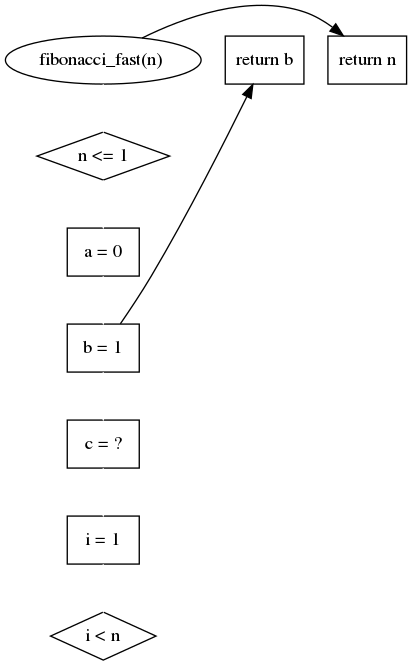
The Graphviz diagram ddg.gv.png in Olshanskaya/data_dependency_graph, before a commit. Its source is kept beside it as ddg.gv.
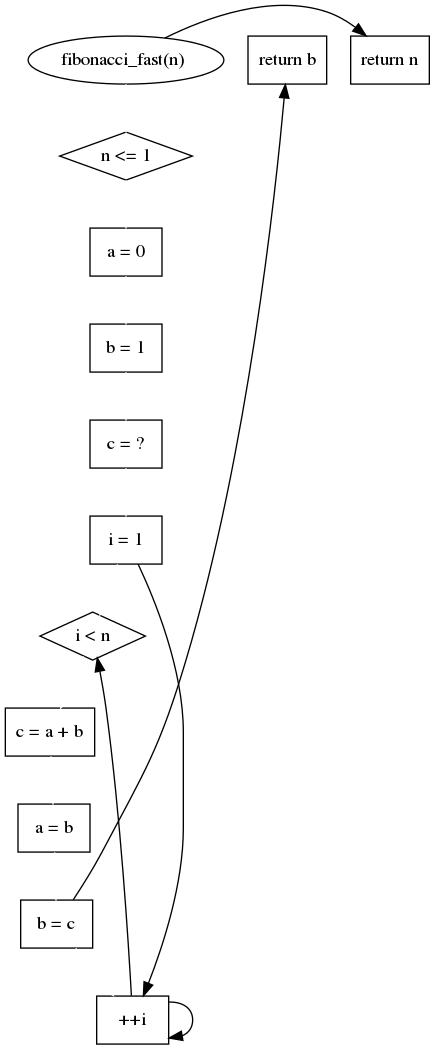
Above is the later version.

Change to the diagram source:
```diff
@@ -2,8 +2,8 @@
 	fun_decl [label="fibonacci_fast(n) "]
 	"n <= 1" [label="n <= 1" shape=diamond]
 	fun_decl -> "n <= 1" [color=white constraint=true]
-	return7 [label="return n" shape=box]
-	fun_decl -> return7 [color=black constraint=false]
+	return38 [label="return n" shape=box]
+	fun_decl -> return38 [color=black constraint=false]
 	a1 [label="a = 0" shape=box]
 	"n <= 1" -> a1 [color=white constraint=true]
 	b1 [label="b = 1" shape=box]
@@ -14,6 +14,17 @@
 	c1 -> i1 [color=white constraint=true]
 	"i < n" [label="i < n" shape=diamond]
 	i1 -> "i < n" [color=white constraint=true]
-	return69 [label="return b" shape=box]
-	b1 -> return69 [color=black constraint=false]
+	c11 [label="c = a + b" shape=box]
+	"i < n" -> c11 [color=white constraint=true]
+	a11 [label="a = b" shape=box]
+	c11 -> a11 [color=white constraint=true]
+	b11 [label="b = c" shape=box]
+	a11 -> b11 [color=white constraint=true]
+	i11 [label="++i" shape=box]
+	b11 -> i11 [color=white constraint=true]
+	i1 -> i11 [color=black constraint=true]
+	i11 -> i11 [color=black constraint=true]
+	i11 -> "i < n" [color=black constraint=true]
+	return66 [label="return b" shape=box]
+	b11 -> return66 [color=black constraint=false]
 }
```
